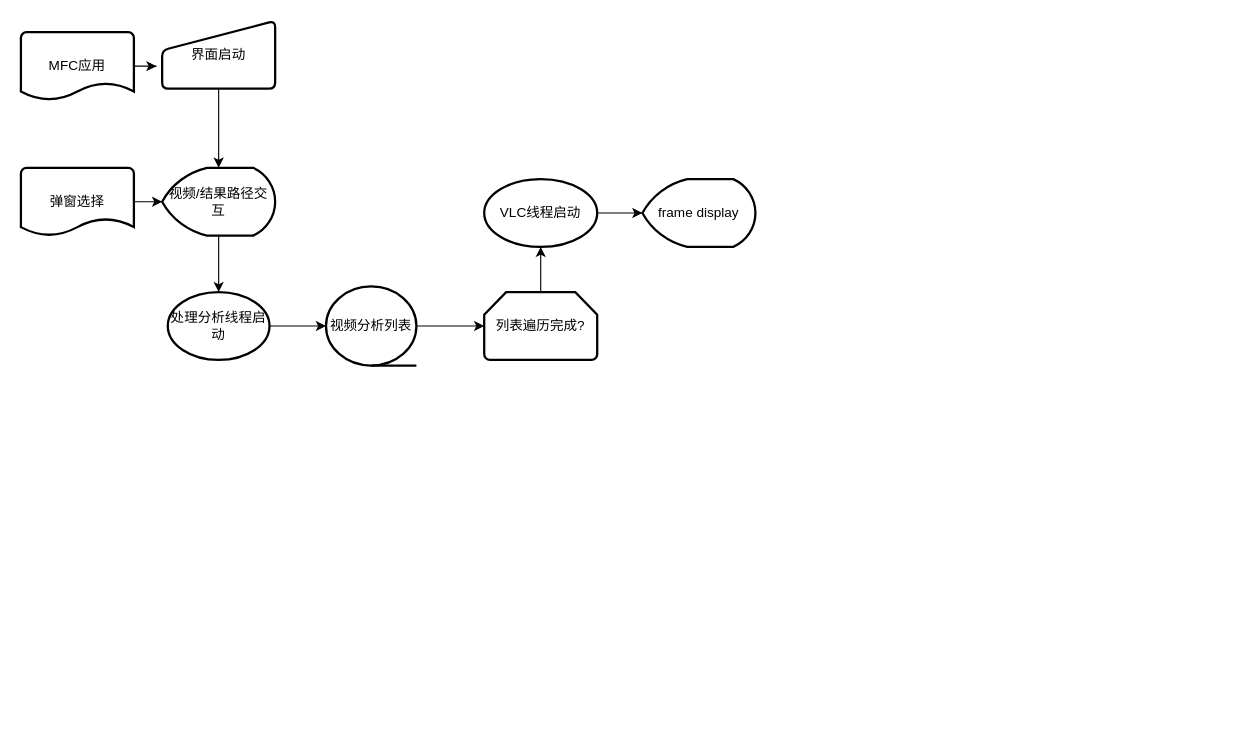
Earlier version of the draw.io diagram extract_ir_frame_architecture.drawio (paleblackless/diagrams). Source tidied: cells renumbered, new cells numbered last; positions are measured from the earlier drawing's top-left corner, leaving out a move shared by most shapes. Both pictures are drawn from the tidied source at 113%, with x=0, y=0 at pixel (20, 20).
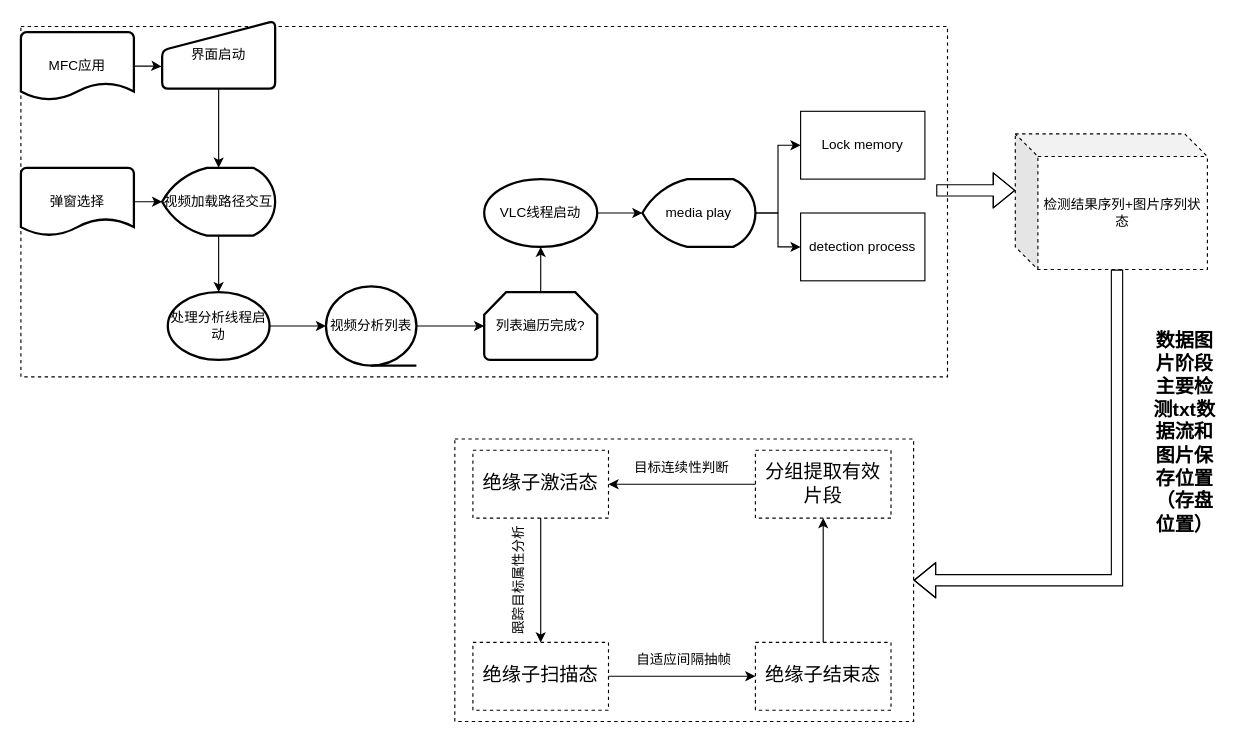
The same diagram, later.

The change refers to these unchanged cells:
```xml
<mxCell id="3" value="界面启动" style="html=1;strokeWidth=2;shape=manualInput;whiteSpace=wrap;rounded=1;size=26;arcSize=11;" parent="1" vertex="1">
  <mxGeometry x="125" width="100" height="60" as="geometry" />
</mxCell>
<mxCell id="15" value="MFC应用" style="strokeWidth=2;html=1;shape=mxgraph.flowchart.document2;whiteSpace=wrap;size=0.25;" parent="1" vertex="1">
  <mxGeometry y="10" width="100" height="60" as="geometry" />
</mxCell>
```

Diff of the diagram source:
```diff
@@
+    <mxCell id="19" style="rounded=0;whiteSpace=wrap;html=1;fillColor=none;dashed=1;" parent="1" vertex="1">
+      <mxGeometry y="5" width="820" height="310" as="geometry" />
+    </mxCell>
@@
-    <mxCell id="5" value="视频/结果路径交互" style="strokeWidth=2;html=1;shape=mxgraph.flowchart.display;whiteSpace=wrap;" parent="1" vertex="1">
+    <mxCell id="5" value="视频加载路径交互" style="strokeWidth=2;html=1;shape=mxgraph.flowchart.display;whiteSpace=wrap;" parent="1" vertex="1">
       <mxGeometry x="125" y="130" width="100" height="60" as="geometry" />
     </mxCell>
@@
-    <mxCell id="14" style="edgeStyle=orthogonalEdgeStyle;rounded=0;jettySize=auto;html=1;entryX=-0.05;entryY=0.667;entryDx=0;entryDy=0;entryPerimeter=0;" parent="1" edge="1" source="15" target="3">
+    <mxCell id="14" style="edgeStyle=orthogonalEdgeStyle;rounded=0;jettySize=auto;html=1;entryX=-0.006;entryY=0.672;entryDx=0;entryDy=0;entryPerimeter=0;" parent="1" edge="1" source="15" target="3">
       <mxGeometry relative="1" as="geometry" />
     </mxCell>
@@
+    <mxCell id="20" style="edgeStyle=orthogonalEdgeStyle;rounded=0;jettySize=auto;html=1;exitX=1;exitY=0.5;exitDx=0;exitDy=0;exitPerimeter=0;entryX=0;entryY=0.5;entryDx=0;entryDy=0;" parent="1" edge="1" source="18" target="22">
+      <mxGeometry relative="1" as="geometry" />
+    </mxCell>
+    <mxCell id="21" style="edgeStyle=orthogonalEdgeStyle;rounded=0;jettySize=auto;html=1;exitX=1;exitY=0.5;exitDx=0;exitDy=0;exitPerimeter=0;entryX=0;entryY=0.5;entryDx=0;entryDy=0;" parent="1" edge="1" source="18" target="23">
+      <mxGeometry relative="1" as="geometry" />
+    </mxCell>
-    <mxCell id="18" value="frame display" style="strokeWidth=2;html=1;shape=mxgraph.flowchart.display;whiteSpace=wrap;" parent="1" vertex="1">
+    <mxCell id="18" value="media play" style="strokeWidth=2;html=1;shape=mxgraph.flowchart.display;whiteSpace=wrap;" parent="1" vertex="1">
       <mxGeometry x="550" y="140" width="100" height="60" as="geometry" />
     </mxCell>
+    <mxCell id="22" value="Lock memory" style="rounded=0;whiteSpace=wrap;html=1;" parent="1" vertex="1">
+      <mxGeometry x="690" y="80" width="110" height="60" as="geometry" />
+    </mxCell>
+    <mxCell id="23" value="detection process" style="rounded=0;whiteSpace=wrap;html=1;" parent="1" vertex="1">
+      <mxGeometry x="690" y="170" width="110" height="60" as="geometry" />
+    </mxCell>
+    <mxCell id="24" value="检测结果序列+图片序列状态" style="shape=cube;whiteSpace=wrap;html=1;boundedLbl=1;backgroundOutline=1;darkOpacity=0.05;darkOpacity2=0.1;dashed=1;fillColor=none;" parent="1" vertex="1">
+      <mxGeometry x="880" y="100" width="170" height="120" as="geometry" />
+    </mxCell>
+    <mxCell id="25" style="rounded=0;whiteSpace=wrap;html=1;fillColor=none;dashed=1;" parent="1" vertex="1">
+      <mxGeometry x="384" y="370" width="406" height="250" as="geometry" />
+    </mxCell>
+    <mxCell id="26" style="shape=flexArrow;endArrow=classic;html=1;rounded=0;entryX=0;entryY=0;entryDx=0;entryDy=50.00000000000001;entryPerimeter=0;" parent="1" edge="1" target="24">
+      <mxGeometry relative="1" as="geometry">
+        <mxPoint x="810" y="150" as="sourcePoint" />
+        <Array as="points">
+          <mxPoint x="840" y="150" />
+        </Array>
+      </mxGeometry>
+    </mxCell>
+    <mxCell id="27" style="shape=flexArrow;endArrow=classic;html=1;rounded=0;entryX=1;entryY=0.5;entryDx=0;entryDy=0;" parent="1" edge="1" target="25">
+      <mxGeometry relative="1" as="geometry">
+        <mxPoint x="970" y="220" as="sourcePoint" />
+        <Array as="points">
+          <mxPoint x="970" y="220" />
+          <mxPoint x="970" y="495" />
+        </Array>
+      </mxGeometry>
+    </mxCell>
+    <mxCell id="28" value="&lt;font style=&quot;font-size: 17px;&quot;&gt;&lt;b&gt;数据图片阶段主要检测txt数据流和图片保存位置（存盘位置）&lt;/b&gt;&lt;/font&gt;" style="text;html=1;strokeColor=none;fillColor=none;align=center;verticalAlign=middle;whiteSpace=wrap;rounded=0;dashed=1;" parent="1" vertex="1">
+      <mxGeometry x="1000" y="260" width="60" height="210" as="geometry" />
+    </mxCell>
+    <mxCell id="29" style="edgeStyle=orthogonalEdgeStyle;rounded=0;jettySize=auto;html=1;exitX=0;exitY=0.5;exitDx=0;exitDy=0;fontSize=17;" parent="1" edge="1" source="30" target="32">
+      <mxGeometry relative="1" as="geometry" />
+    </mxCell>
+    <mxCell id="30" value="分组提取有效片段" style="rounded=0;whiteSpace=wrap;html=1;dashed=1;fontSize=17;fillColor=none;" parent="1" vertex="1">
+      <mxGeometry x="650" y="380" width="120" height="60" as="geometry" />
+    </mxCell>
+    <mxCell id="31" style="edgeStyle=orthogonalEdgeStyle;rounded=0;jettySize=auto;html=1;exitX=0.5;exitY=1;exitDx=0;exitDy=0;entryX=0.5;entryY=0;entryDx=0;entryDy=0;fontSize=17;" parent="1" edge="1" source="32" target="34">
+      <mxGeometry relative="1" as="geometry" />
+    </mxCell>
+    <mxCell id="32" value="绝缘子激活态" style="rounded=0;whiteSpace=wrap;html=1;dashed=1;fontSize=17;fillColor=none;" parent="1" vertex="1">
+      <mxGeometry x="400" y="380" width="120" height="60" as="geometry" />
+    </mxCell>
+    <mxCell id="33" style="edgeStyle=orthogonalEdgeStyle;rounded=0;jettySize=auto;html=1;exitX=1;exitY=0.5;exitDx=0;exitDy=0;entryX=0;entryY=0.5;entryDx=0;entryDy=0;fontSize=17;" parent="1" edge="1" source="34" target="36">
+      <mxGeometry relative="1" as="geometry" />
+    </mxCell>
+    <mxCell id="34" value="绝缘子扫描态" style="rounded=0;whiteSpace=wrap;html=1;dashed=1;fontSize=17;fillColor=none;" parent="1" vertex="1">
+      <mxGeometry x="400" y="550" width="120" height="60" as="geometry" />
+    </mxCell>
+    <mxCell id="35" style="edgeStyle=orthogonalEdgeStyle;rounded=0;jettySize=auto;html=1;exitX=0.5;exitY=0;exitDx=0;exitDy=0;entryX=0.5;entryY=1;entryDx=0;entryDy=0;fontSize=12;" parent="1" edge="1" source="36" target="30">
+      <mxGeometry relative="1" as="geometry" />
+    </mxCell>
+    <mxCell id="36" value="绝缘子结束态" style="rounded=0;whiteSpace=wrap;html=1;dashed=1;fontSize=17;fillColor=none;" parent="1" vertex="1">
+      <mxGeometry x="650" y="550" width="120" height="60" as="geometry" />
+    </mxCell>
+    <mxCell id="37" style="edgeStyle=orthogonalEdgeStyle;rounded=0;orthogonalLoop=1;jettySize=auto;html=1;exitX=0.5;exitY=1;exitDx=0;exitDy=0;fontSize=17;" parent="1" edge="1" source="25" target="25">
+      <mxGeometry relative="1" as="geometry" />
+    </mxCell>
+    <mxCell id="38" value="&lt;font style=&quot;font-size: 12px;&quot;&gt;目标连续性判断&lt;/font&gt;" style="text;html=1;strokeColor=none;fillColor=none;align=center;verticalAlign=middle;whiteSpace=wrap;rounded=0;dashed=1;fontSize=17;" parent="1" vertex="1">
+      <mxGeometry x="540" y="380" width="90" height="30" as="geometry" />
+    </mxCell>
+    <mxCell id="39" value="&lt;span style=&quot;font-size: 12px;&quot;&gt;跟踪目标属性分析&lt;/span&gt;" style="text;html=1;strokeColor=none;fillColor=none;align=center;verticalAlign=middle;whiteSpace=wrap;rounded=0;dashed=1;fontSize=17;rotation=-90;" parent="1" vertex="1">
+      <mxGeometry x="390" y="480" width="100" height="30" as="geometry" />
+    </mxCell>
+    <mxCell id="40" value="&lt;span style=&quot;font-size: 12px;&quot;&gt;自适应间隔抽帧&lt;/span&gt;" style="text;html=1;strokeColor=none;fillColor=none;align=center;verticalAlign=middle;whiteSpace=wrap;rounded=0;dashed=1;fontSize=17;rotation=0;" parent="1" vertex="1">
+      <mxGeometry x="537" y="550" width="100" height="30" as="geometry" />
+    </mxCell>
```
